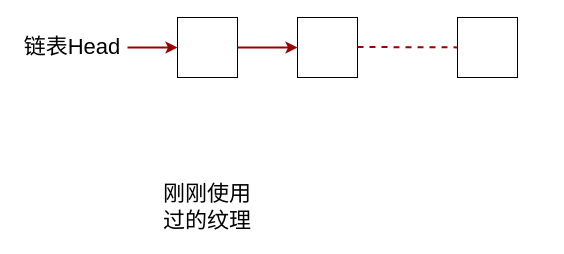
Above: link_mosaic.drawio in imzoer/imzoer.github.io (draw.io), before the change. Source tidied: cells renumbered, new cells numbered last; positions are measured from the earlier drawing's top-left corner, leaving out a move shared by most shapes. Both pictures are drawn from the tidied source at 100%, with x=0, y=0 at pixel (17, 17).
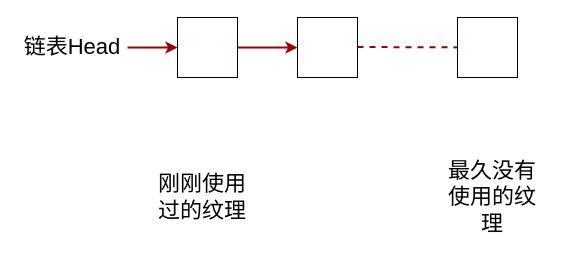
Above is the later version.

Change to the diagram source:
```diff
@@
 <mxGraphModel>
   <root>
     <mxCell id="0" />
     <mxCell id="1" parent="0" />
     <mxCell id="2" style="whiteSpace=wrap;html=1;" parent="1" vertex="1">
       <mxGeometry x="160" width="60" height="60" as="geometry" />
     </mxCell>
     <mxCell id="3" style="whiteSpace=wrap;html=1;" parent="1" vertex="1">
       <mxGeometry x="280" width="60" height="60" as="geometry" />
     </mxCell>
     <mxCell id="4" value="&lt;font style=&quot;font-size: 22px&quot;&gt;链表Head&lt;/font&gt;" style="text;html=1;strokeColor=none;fillColor=none;align=center;verticalAlign=middle;whiteSpace=wrap;rounded=0;" parent="1" vertex="1">
       <mxGeometry y="20" width="110" height="20" as="geometry" />
     </mxCell>
     <mxCell id="5" style="edgeStyle=none;comic=0;jettySize=auto;html=1;exitX=1;exitY=0.5;exitDx=0;exitDy=0;strokeColor=#990000;strokeWidth=2;fontColor=#000000;fontSize=14;entryX=0;entryY=0.5;entryDx=0;entryDy=0;" parent="1" edge="1" source="4" target="2">
       <mxGeometry relative="1" as="geometry" />
     </mxCell>
     <mxCell id="6" style="edgeStyle=none;comic=0;jettySize=auto;html=1;exitX=1;exitY=0.5;exitDx=0;exitDy=0;strokeColor=#990000;strokeWidth=2;fontColor=#000000;fontSize=14;" parent="1" edge="1" source="2" target="3">
       <mxGeometry relative="1" as="geometry" />
     </mxCell>
     <mxCell id="7" style="endArrow=none;dashed=1;html=1;strokeColor=#990000;strokeWidth=2;" parent="1" edge="1" target="8">
       <mxGeometry relative="1" as="geometry">
         <mxPoint x="340" y="29.5" as="sourcePoint" />
       </mxGeometry>
     </mxCell>
     <mxCell id="8" style="whiteSpace=wrap;html=1;" parent="1" vertex="1">
       <mxGeometry x="440" width="60" height="60" as="geometry" />
     </mxCell>
     <mxCell id="9" value="&lt;font style=&quot;font-size: 22px&quot;&gt;刚刚使用过的纹理&lt;/font&gt;" style="text;html=1;strokeColor=none;fillColor=none;align=center;verticalAlign=middle;whiteSpace=wrap;rounded=0;" parent="1" vertex="1">
-      <mxGeometry x="135" y="180" width="110" height="20" as="geometry" />
+      <mxGeometry x="130" y="170" width="110" height="20" as="geometry" />
     </mxCell>
+    <mxCell id="10" value="&lt;span style=&quot;font-size: 22px&quot;&gt;最久没有使用的纹理&lt;/span&gt;" style="text;html=1;strokeColor=none;fillColor=none;align=center;verticalAlign=middle;whiteSpace=wrap;rounded=0;" parent="1" vertex="1">
+      <mxGeometry x="420" y="170" width="110" height="20" as="geometry" />
+    </mxCell>
   </root>
 </mxGraphModel>
```
